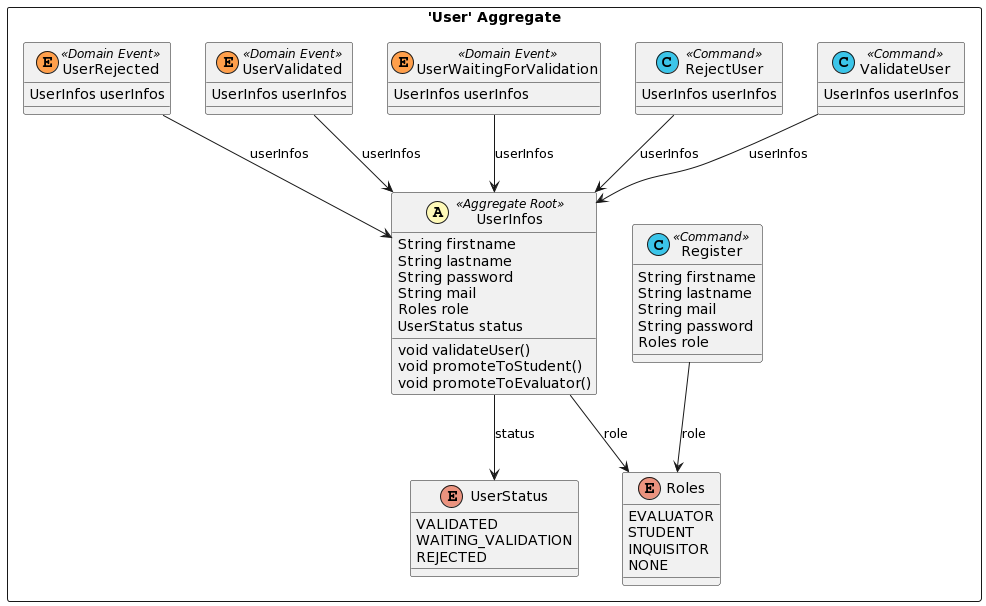
esgi-lyon/question-ddd keeps this PlantUML diagram as doc/dist/src-gen/gamedev_BC_UserManagementContext_User.png. Above is the earlier version. Its diagram source:
```plantuml
@startuml
skinparam componentStyle uml2

package "'User' Aggregate" <<Rectangle>> {
	class UserInfos <<(A,#fffab8) Aggregate Root>> {
		String firstname
		String lastname
		String password
		String mail
		Roles role
		UserStatus status
		void validateUser()
		void promoteToStudent()
		void promoteToEvaluator()
	}
	enum Roles {
		EVALUATOR
		STUDENT
		INQUISITOR
		NONE
	}
	enum UserStatus {
		VALIDATED
		WAITING_VALIDATION
		REJECTED
	}
	class Register <<(C,#3bc5e9) Command>> {
		String firstname
		String lastname
		String mail
		String password
		Roles role
	}
	class ValidateUser <<(C,#3bc5e9) Command>> {
		UserInfos userInfos
	}
	class RejectUser <<(C,#3bc5e9) Command>> {
		UserInfos userInfos
	}
	class UserWaitingForValidation <<(E,#ff9f4b) Domain Event>> {
		UserInfos userInfos
	}
	class UserValidated <<(E,#ff9f4b) Domain Event>> {
		UserInfos userInfos
	}
	class UserRejected <<(E,#ff9f4b) Domain Event>> {
		UserInfos userInfos
	}
}
ValidateUser --> UserInfos : userInfos
Register --> Roles : role
UserInfos --> UserStatus : status
UserRejected --> UserInfos : userInfos
UserInfos --> Roles : role
RejectUser --> UserInfos : userInfos
UserWaitingForValidation --> UserInfos : userInfos
UserValidated --> UserInfos : userInfos
@enduml
```
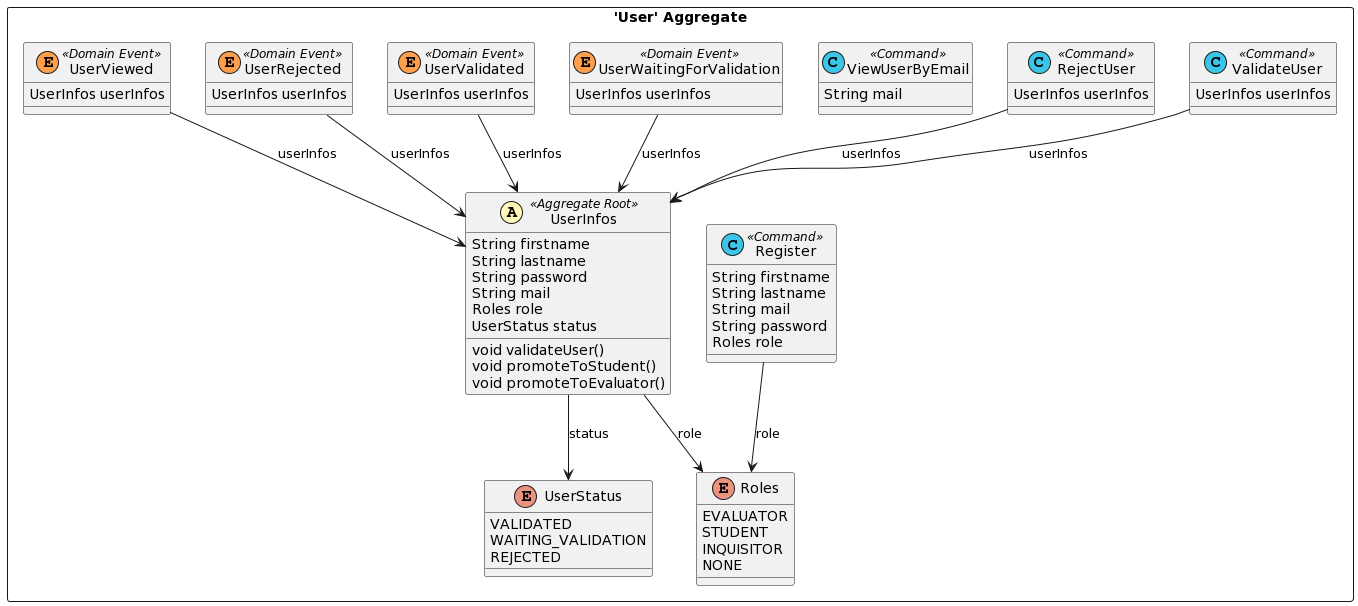
Later version of the same file.

The edit, as a diff of the source:
```diff
@@ -37,6 +37,9 @@
 	class RejectUser <<(C,#3bc5e9) Command>> {
 		UserInfos userInfos
 	}
+	class ViewUserByEmail <<(C,#3bc5e9) Command>> {
+		String mail
+	}
 	class UserWaitingForValidation <<(E,#ff9f4b) Domain Event>> {
 		UserInfos userInfos
 	}
@@ -46,10 +49,14 @@
 	class UserRejected <<(E,#ff9f4b) Domain Event>> {
 		UserInfos userInfos
 	}
+	class UserViewed <<(E,#ff9f4b) Domain Event>> {
+		UserInfos userInfos
+	}
 }
 ValidateUser --> UserInfos : userInfos
 Register --> Roles : role
 UserInfos --> UserStatus : status
+UserViewed --> UserInfos : userInfos
 UserRejected --> UserInfos : userInfos
 UserInfos --> Roles : role
 RejectUser --> UserInfos : userInfos
```
